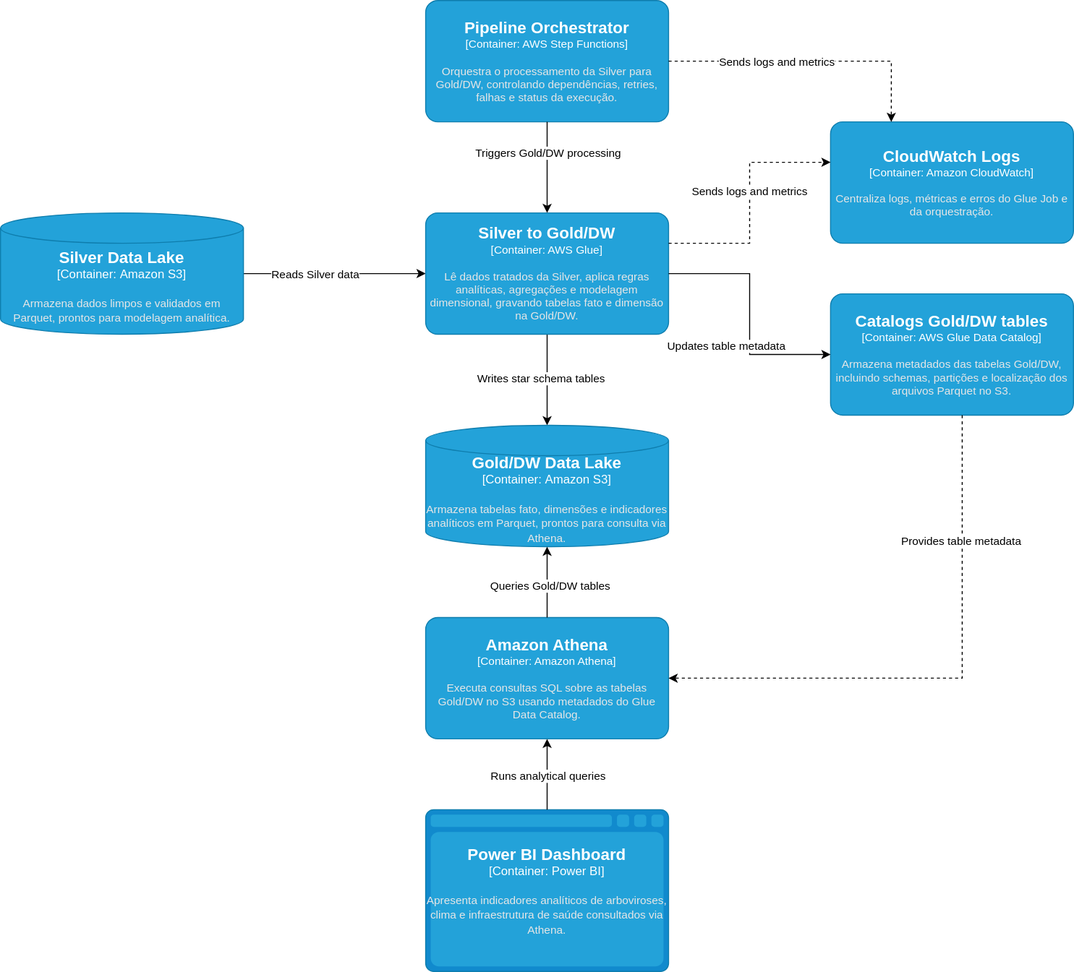
Before: architecture/c4/c3_silver_to_gold_dw_flow.drawio.svg, a diagram exported from draw.io (lleonardo-p/data_masters). Source tidied: cells renumbered, new cells last; positions are measured from the earlier drawing's top-left corner, leaving out a move shared by most shapes.
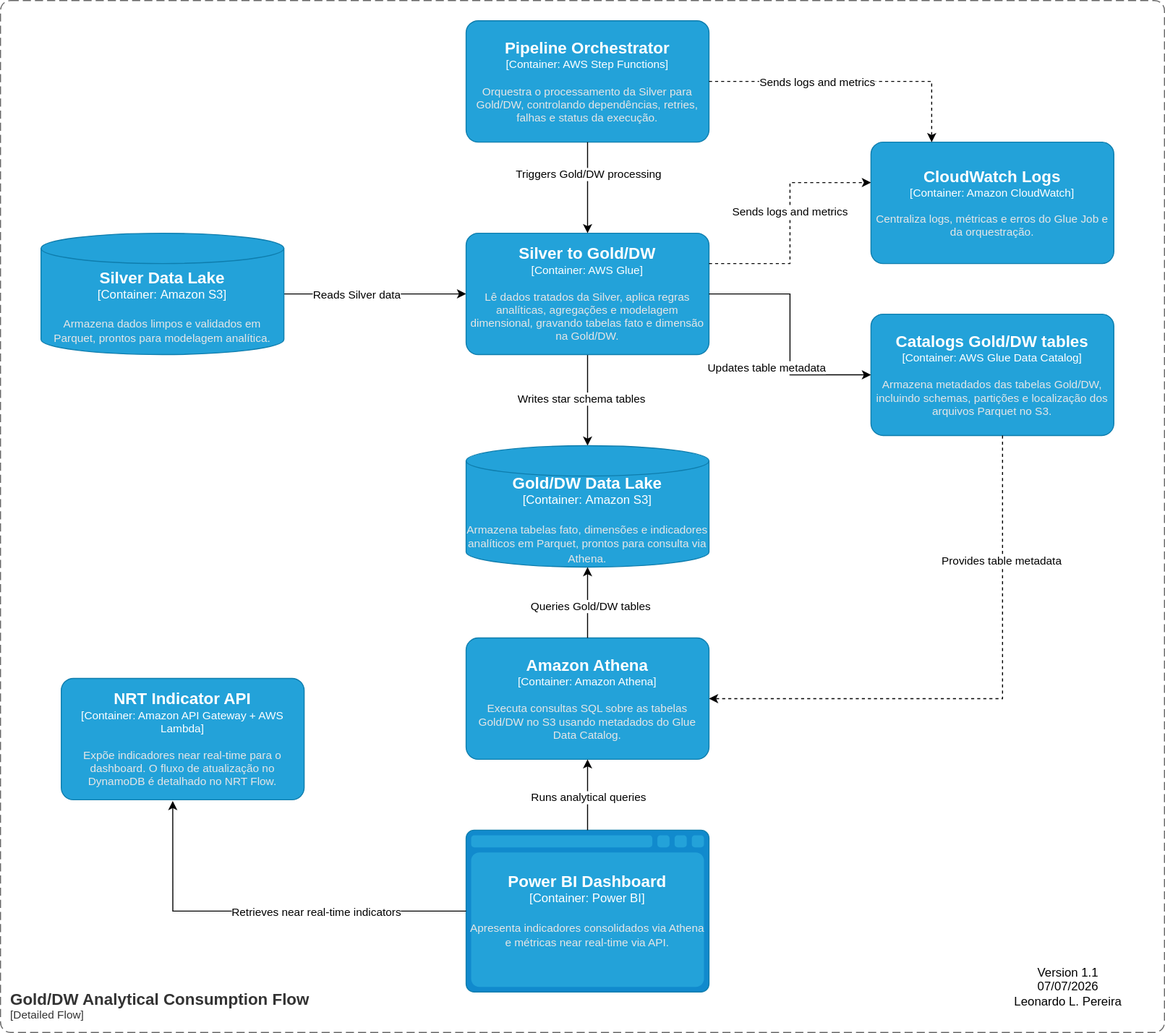
After the commit.

Diff of the diagram source:
```diff
@@ -93,7 +93,7 @@
     <mxCell id="24" value="Queries Gold/DW tables" style="edgeLabel;html=1;align=center;verticalAlign=middle;" parent="23" vertex="1">
       <mxGeometry x="-0.1" y="-2" relative="1" as="geometry" />
     </mxCell>
-    <object id="25" label="&lt;font style=&quot;font-size: 16px&quot;&gt;&lt;b&gt;%c4Name%&lt;/b&gt;&lt;/font&gt;&lt;div&gt;[%c4Type%:&amp;nbsp;%c4Technology%]&lt;/div&gt;&lt;br&gt;&lt;div&gt;&lt;font style=&quot;font-size: 11px&quot;&gt;&lt;font color=&quot;#E6E6E6&quot;&gt;%c4Description%&lt;/font&gt;&lt;/div&gt;" c4Description="Apresenta indicadores analíticos de arboviroses, clima e infraestrutura de saúde consultados via Athena." c4Name="Power BI Dashboard" c4Technology="Power BI" c4Type="Container" placeholders="1">
+    <object id="25" label="&lt;font style=&quot;font-size: 16px&quot;&gt;&lt;b&gt;%c4Name%&lt;/b&gt;&lt;/font&gt;&lt;div&gt;[%c4Type%:&amp;nbsp;%c4Technology%]&lt;/div&gt;&lt;br&gt;&lt;div&gt;&lt;font style=&quot;font-size: 11px&quot;&gt;&lt;font color=&quot;#E6E6E6&quot;&gt;%c4Description%&lt;/font&gt;&lt;/div&gt;" c4Description="Apresenta indicadores consolidados via Athena e métricas near real-time via API." c4Name="Power BI Dashboard" c4Technology="Power BI" c4Type="Container" placeholders="1">
       <mxCell style="shape=mxgraph.c4.webBrowserContainer2;whiteSpace=wrap;html=1;boundedLbl=1;rounded=0;labelBackgroundColor=none;strokeColor=#118ACD;fillColor=#23A2D9;strokeColor=#118ACD;strokeColor2=#0E7DAD;fontSize=12;fontColor=#ffffff;align=center;points=[[0.5,0,0],[1,0.25,0],[1,0.5,0],[1,0.75,0],[0.5,1,0],[0,0.75,0],[0,0.5,0],[0,0.25,0]];" parent="1" vertex="1">
         <mxGeometry x="420" y="800" width="240" height="160" as="geometry" />
       </mxCell>
@@ -114,5 +114,26 @@
     <mxCell id="29" value="Provides table metadata" style="edgeLabel;html=1;align=center;verticalAlign=middle;" parent="28" vertex="1">
       <mxGeometry x="-0.55" y="-2" relative="1" as="geometry" />
     </mxCell>
+    <object id="30" label="&lt;font style=&quot;font-size: 16px&quot;&gt;&lt;b&gt;&lt;div style=&quot;text-align: left&quot;&gt;%c4Name%&lt;/div&gt;&lt;/b&gt;&lt;/font&gt;&lt;div style=&quot;text-align: left&quot;&gt;[%c4Application%]&lt;/div&gt;" c4Application="Detailed Flow" c4Name="Gold/DW Analytical Consumption Flow" c4Type="ContainerScopeBoundary" placeholders="1">
+      <mxCell style="rounded=1;fontSize=11;whiteSpace=wrap;html=1;dashed=1;arcSize=20;fillColor=none;strokeColor=#666666;fontColor=#333333;labelBackgroundColor=none;align=left;verticalAlign=bottom;labelBorderColor=none;spacingTop=0;spacing=10;dashPattern=8 4;perimeter=rectanglePerimeter;noLabel=0;labelPadding=0;absoluteArcSize=1;" parent="1" vertex="1">
+        <mxGeometry x="-40" y="-20" width="1150" height="1020" as="geometry" />
+      </mxCell>
+    </object>
+    <mxCell id="31" value="Version 1.1&lt;div&gt;07/07/2026&lt;/div&gt;&lt;div&gt;Leonardo L. Pereira&lt;/div&gt;" style="text;html=1;whiteSpace=wrap;strokeColor=none;fillColor=none;align=center;verticalAlign=middle;rounded=0;" parent="1" vertex="1">
+      <mxGeometry x="940" y="940" width="150" height="30" as="geometry" />
+    </mxCell>
+    <mxCell id="32" style="edgeStyle=orthogonalEdgeStyle;rounded=0;jettySize=auto;html=1;exitX=0;exitY=0.5;exitDx=0;exitDy=0;exitPerimeter=0;entryX=0.459;entryY=1.01;entryDx=0;entryDy=0;entryPerimeter=0;" parent="1" edge="1" source="25" target="34">
+      <mxGeometry relative="1" as="geometry" />
+    </mxCell>
+    <mxCell id="33" value="Retrieves near real-time indicators" style="edgeLabel;html=1;align=center;verticalAlign=middle;" parent="32" vertex="1">
+      <mxGeometry x="0.02" y="1" relative="1" as="geometry">
+        <mxPoint x="54" y="-1" as="offset" />
+      </mxGeometry>
+    </mxCell>
+    <object id="34" label="&lt;font style=&quot;font-size: 16px&quot;&gt;&lt;b&gt;%c4Name%&lt;/b&gt;&lt;/font&gt;&lt;div&gt;[%c4Type%: %c4Technology%]&lt;/div&gt;&lt;br&gt;&lt;div&gt;&lt;font style=&quot;font-size: 11px&quot;&gt;&lt;font color=&quot;#E6E6E6&quot;&gt;%c4Description%&lt;/font&gt;&lt;/div&gt;" c4Description="Expõe indicadores near real-time para o dashboard. O fluxo de atualização no DynamoDB é detalhado no NRT Flow." c4Name="NRT Indicator API" c4Technology="Amazon API Gateway + AWS Lambda" c4Type="Container" placeholders="1">
+      <mxCell style="rounded=1;whiteSpace=wrap;html=1;fontSize=11;labelBackgroundColor=none;fillColor=#23A2D9;fontColor=#ffffff;align=center;arcSize=10;strokeColor=#0E7DAD;points=[[0.25,0,0],[0.5,0,0],[0.75,0,0],[1,0.25,0],[1,0.5,0],[1,0.75,0],[0.75,1,0],[0.5,1,0],[0.25,1,0],[0,0.75,0],[0,0.5,0],[0,0.25,0]];" parent="1" vertex="1">
+        <mxGeometry x="20" y="650" width="240" height="120" as="geometry" />
+      </mxCell>
+    </object>
   </root>
 </mxGraphModel>
```
